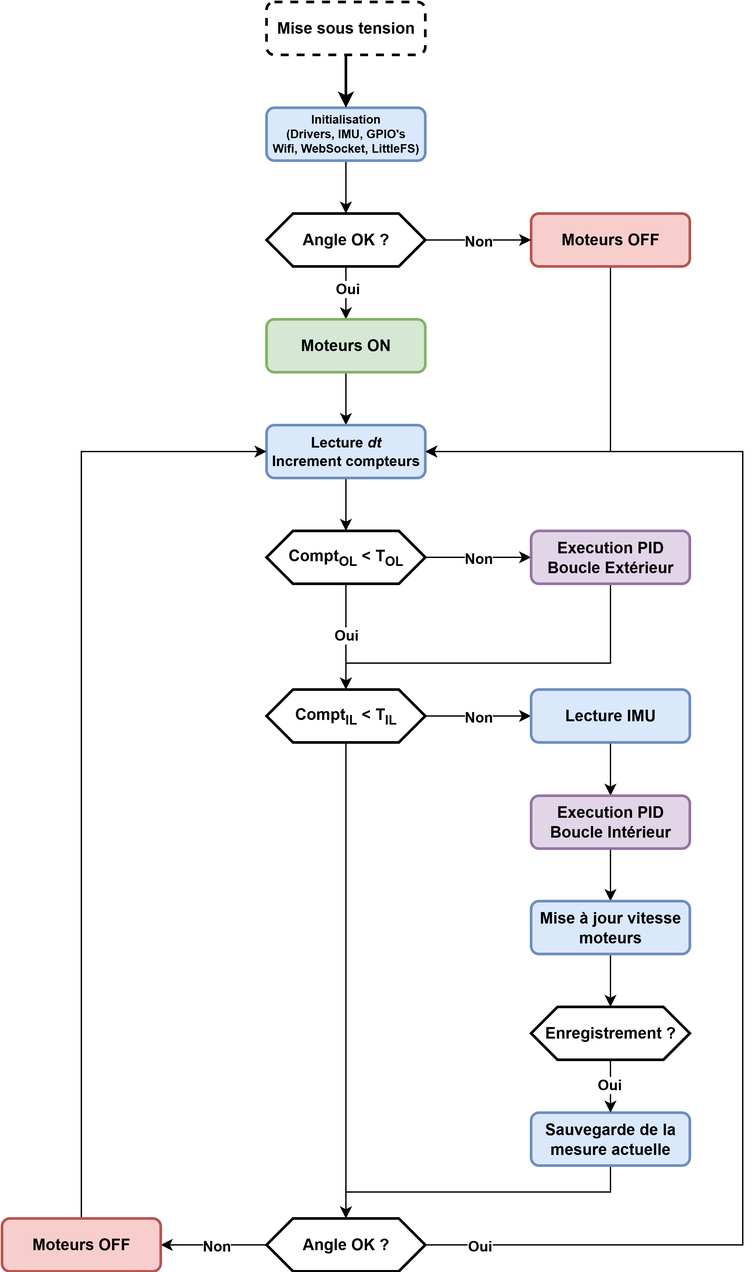
The draw.io diagram A_Documentation/Rapport/assets/schemas/schema_bloc_algo_embarque.png in Ding-Jeremy/Self-Balancing-Bot, before a commit. Source tidied: cells renumbered, new cells last; positions are measured from the earlier drawing's top-left corner, leaving out a move shared by most shapes.
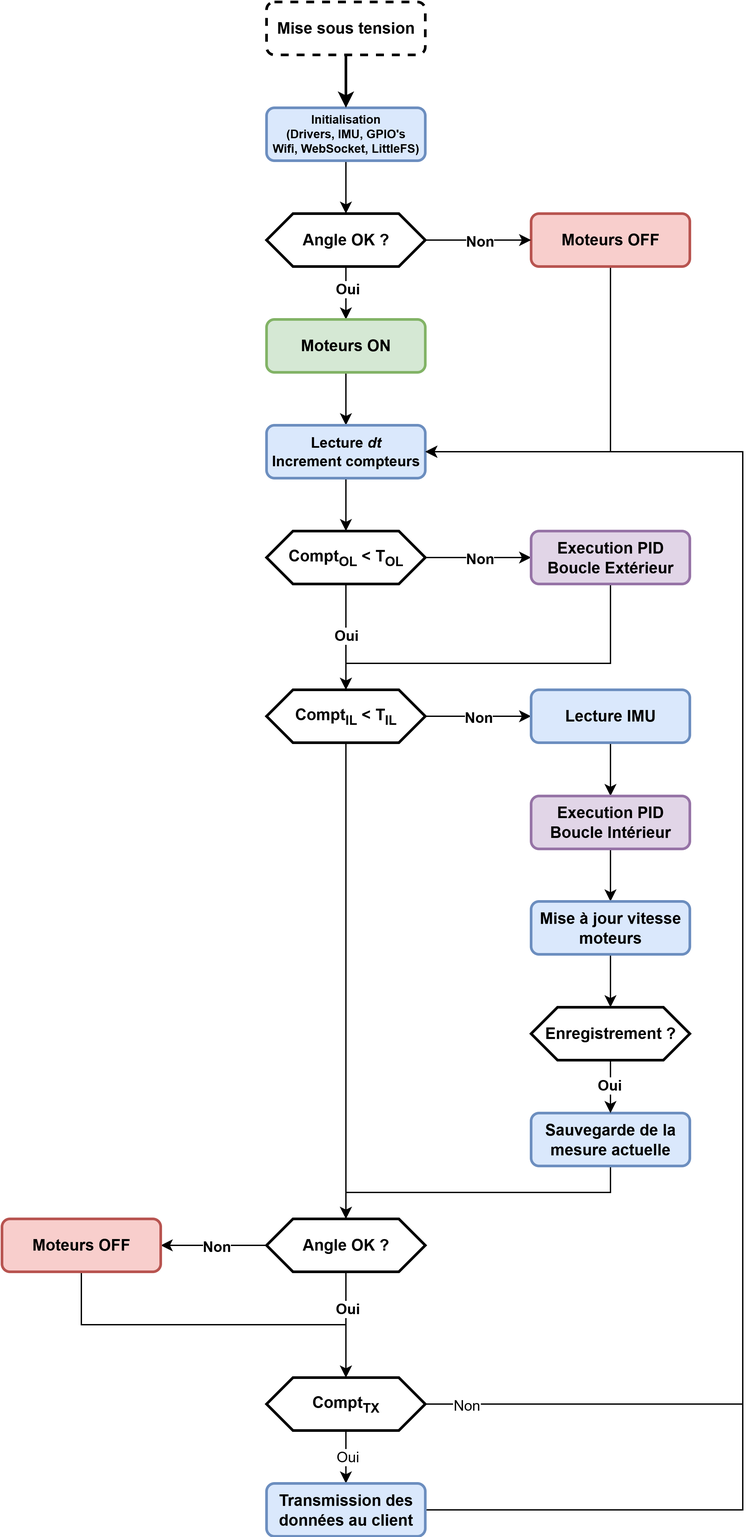
Above is the later version.

Diff of the diagram source:
```diff
@@ -165,31 +165,62 @@
     <mxCell id="40" value="Non" style="edgeLabel;html=1;align=center;verticalAlign=middle;fontStyle=1;fontFamily=Helvetica;" parent="39" vertex="1">
       <mxGeometry x="-0.02" relative="1" as="geometry" />
     </mxCell>
-    <mxCell id="41" style="edgeStyle=orthogonalEdgeStyle;rounded=0;jettySize=auto;html=1;entryX=1;entryY=0.5;entryDx=0;entryDy=0;strokeWidth=1;fontStyle=1;fontFamily=Helvetica;" parent="1" edge="1" source="43" target="16">
-      <mxGeometry relative="1" as="geometry">
-        <Array as="points">
-          <mxPoint x="560" y="940" />
-          <mxPoint x="560" y="340" />
-        </Array>
-      </mxGeometry>
-    </mxCell>
-    <mxCell id="42" value="Oui" style="edgeLabel;html=1;align=center;verticalAlign=middle;fontStyle=1;fontFamily=Helvetica;" parent="41" vertex="1">
-      <mxGeometry x="-0.96" relative="1" as="geometry">
-        <mxPoint x="16" as="offset" />
-      </mxGeometry>
-    </mxCell>
+    <mxCell id="46" style="edgeStyle=orthogonalEdgeStyle;rounded=0;jettySize=auto;html=1;entryX=0.5;entryY=0;entryDx=0;entryDy=0;" parent="1" edge="1" source="43" target="53">
+      <mxGeometry relative="1" as="geometry" />
+    </mxCell>
+    <mxCell id="47" value="Oui" style="edgeLabel;html=1;align=center;verticalAlign=middle;fontStyle=1;" parent="46" vertex="1">
+      <mxGeometry x="-0.34" relative="1" as="geometry" />
+    </mxCell>
     <mxCell id="43" value="Angle OK ?" style="shape=hexagon;perimeter=hexagonPerimeter2;whiteSpace=wrap;html=1;fixedSize=1;strokeWidth=2;fontStyle=1;fontFamily=Helvetica;" parent="1" vertex="1">
       <mxGeometry x="200" y="920" width="120" height="40" as="geometry" />
     </mxCell>
-    <mxCell id="44" style="edgeStyle=orthogonalEdgeStyle;rounded=0;jettySize=auto;html=1;entryX=0;entryY=0.5;entryDx=0;entryDy=0;strokeWidth=1;fontStyle=1;fontFamily=Helvetica;" parent="1" edge="1" source="45" target="16">
-      <mxGeometry relative="1" as="geometry">
-        <Array as="points">
-          <mxPoint x="60" y="340" />
-        </Array>
-      </mxGeometry>
-    </mxCell>
+    <mxCell id="48" style="edgeStyle=orthogonalEdgeStyle;rounded=0;jettySize=auto;html=1;entryX=0.5;entryY=0;entryDx=0;entryDy=0;" parent="1" edge="1" source="45" target="53">
+      <mxGeometry relative="1" as="geometry">
+        <Array as="points">
+          <mxPoint x="60" y="1000" />
+          <mxPoint x="260" y="1000" />
+        </Array>
+      </mxGeometry>
+    </mxCell>
     <mxCell id="45" value="Moteurs OFF" style="rounded=1;whiteSpace=wrap;html=1;fontSize=12;fillColor=#f8cecc;strokeColor=#b85450;strokeWidth=2;fontStyle=1;fontFamily=Helvetica;" parent="1" vertex="1">
       <mxGeometry y="920" width="120" height="40" as="geometry" />
     </mxCell>
+    <mxCell id="49" style="edgeStyle=orthogonalEdgeStyle;rounded=0;jettySize=auto;html=1;" parent="1" edge="1" source="53">
+      <mxGeometry relative="1" as="geometry">
+        <mxPoint x="260" y="1120" as="targetPoint" />
+      </mxGeometry>
+    </mxCell>
+    <mxCell id="50" value="Oui" style="edgeLabel;html=1;align=center;verticalAlign=middle;" parent="49" vertex="1">
+      <mxGeometry x="0.11" relative="1" as="geometry">
+        <mxPoint y="-2" as="offset" />
+      </mxGeometry>
+    </mxCell>
+    <mxCell id="51" style="edgeStyle=orthogonalEdgeStyle;rounded=0;jettySize=auto;html=1;entryX=1;entryY=0.5;entryDx=0;entryDy=0;" parent="1" edge="1" source="53" target="16">
+      <mxGeometry relative="1" as="geometry">
+        <Array as="points">
+          <mxPoint x="560" y="1060" />
+          <mxPoint x="560" y="340" />
+        </Array>
+      </mxGeometry>
+    </mxCell>
+    <mxCell id="52" value="Non" style="edgeLabel;html=1;align=center;verticalAlign=middle;" parent="51" vertex="1">
+      <mxGeometry x="-0.95" y="-3" relative="1" as="geometry">
+        <mxPoint x="3" y="-3" as="offset" />
+      </mxGeometry>
+    </mxCell>
+    <mxCell id="53" value="Compt&lt;sub&gt;TX&lt;/sub&gt;" style="shape=hexagon;perimeter=hexagonPerimeter2;whiteSpace=wrap;html=1;fixedSize=1;strokeWidth=2;fontStyle=1;fontFamily=Helvetica;" parent="1" vertex="1">
+      <mxGeometry x="200" y="1040" width="120" height="40" as="geometry" />
+    </mxCell>
+    <mxCell id="54" style="edgeStyle=orthogonalEdgeStyle;rounded=0;jettySize=auto;html=1;entryX=1;entryY=0.5;entryDx=0;entryDy=0;" parent="1" edge="1" source="55" target="16">
+      <mxGeometry relative="1" as="geometry">
+        <Array as="points">
+          <mxPoint x="560" y="1140" />
+          <mxPoint x="560" y="340" />
+        </Array>
+      </mxGeometry>
+    </mxCell>
+    <mxCell id="55" value="Transmission des données au client" style="rounded=1;whiteSpace=wrap;html=1;fillColor=#dae8fc;strokeColor=#6c8ebf;strokeWidth=2;fontStyle=1;fontFamily=Helvetica;" parent="1" vertex="1">
+      <mxGeometry x="200" y="1120" width="120" height="40" as="geometry" />
+    </mxCell>
   </root>
 </mxGraphModel>
```
